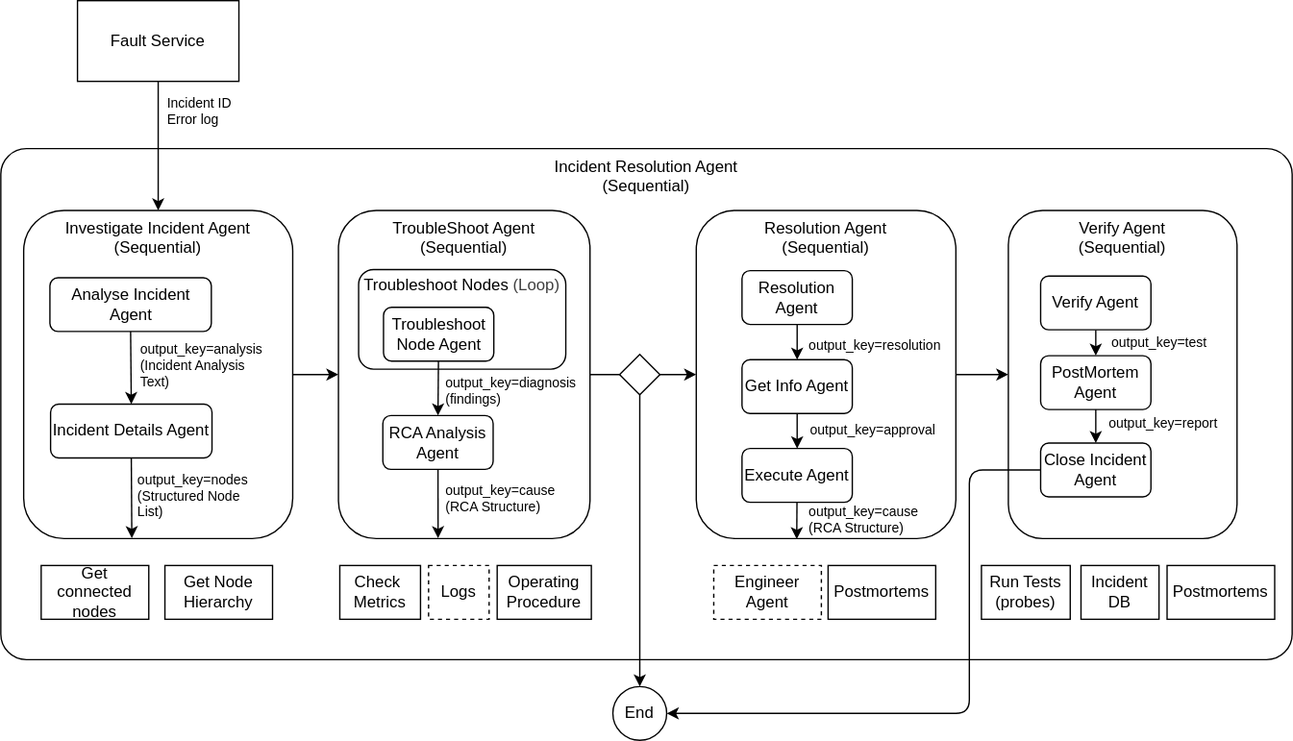
LeegenSteven/NetworkAgent-dev keeps this draw.io diagram as drawings/agent/resolver_agent.drawio.svg. Above is the earlier version. Source tidied: cells renumbered, new cells last; positions are measured from the earlier drawing's top-left corner, leaving out a move shared by most shapes.
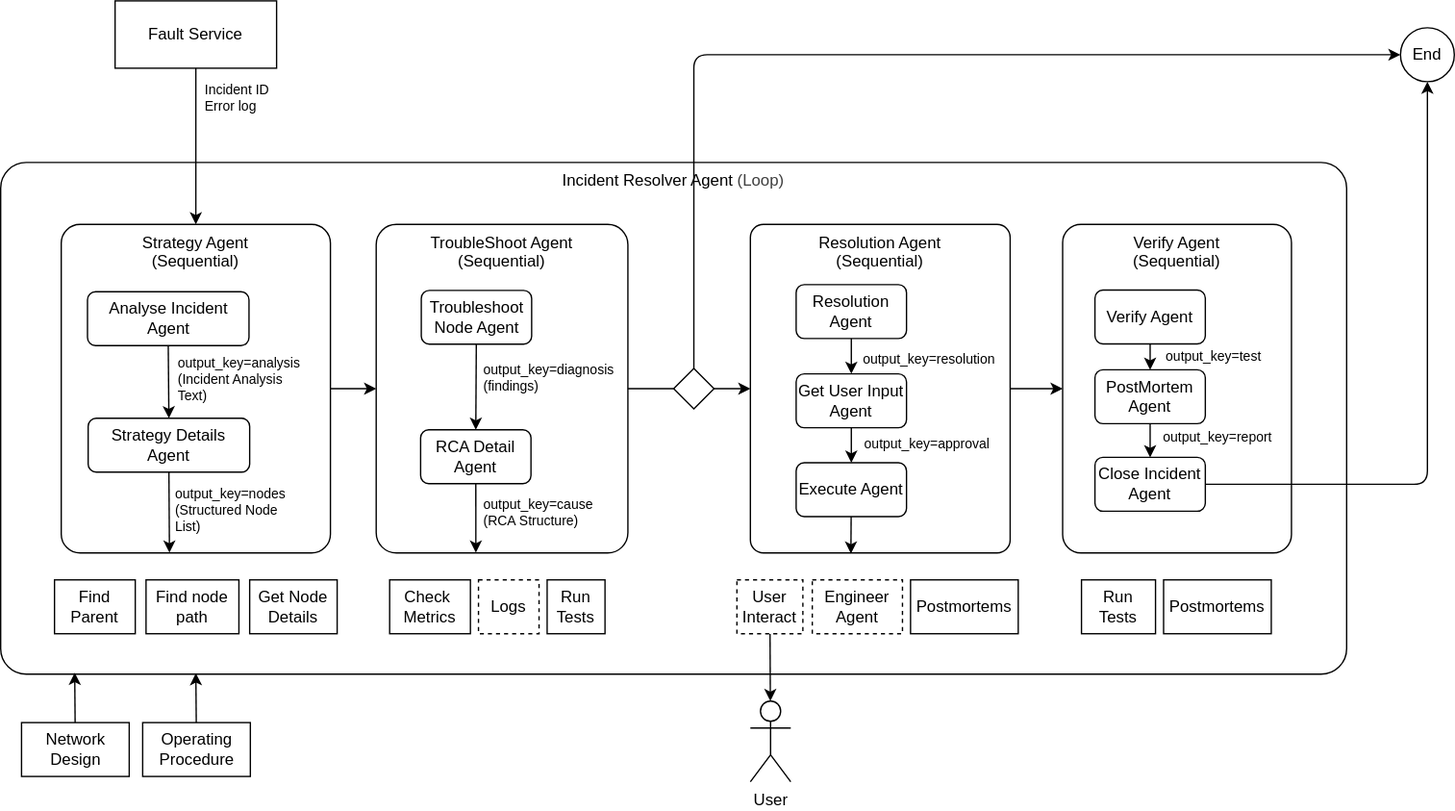
After the change.

The edit, as a diff of the source:
```diff
@@ -2,71 +2,65 @@
   <root>
     <mxCell id="0" />
     <mxCell id="1" parent="0" />
-    <mxCell id="2" value="Incident Resolution Agent&lt;div&gt;(Sequential)&lt;/div&gt;" style="rounded=1;whiteSpace=wrap;html=1;verticalAlign=top;fillColor=none;arcSize=5;" parent="1" vertex="1">
-      <mxGeometry y="110" width="960" height="380" as="geometry" />
+    <mxCell id="2" value="Incident Resolver Agent&amp;nbsp;&lt;span style=&quot;color: rgb(63, 63, 63); background-color: transparent;&quot;&gt;(Loop)&lt;/span&gt;" style="rounded=1;whiteSpace=wrap;html=1;verticalAlign=top;fillColor=none;arcSize=5;" parent="1" vertex="1">
+      <mxGeometry x="-40" y="110" width="1000" height="380" as="geometry" />
     </mxCell>
-    <mxCell id="3" value="TroubleShoot Agent&lt;br&gt;&lt;div&gt;(Sequential)&lt;/div&gt;" style="rounded=1;whiteSpace=wrap;html=1;verticalAlign=top;fillColor=none;" parent="1" vertex="1">
-      <mxGeometry x="251" y="156" width="187" height="244" as="geometry" />
+    <mxCell id="3" value="TroubleShoot Agent&lt;br&gt;&lt;div&gt;(Sequential)&lt;/div&gt;" style="rounded=1;whiteSpace=wrap;html=1;verticalAlign=top;fillColor=none;arcSize=8;" parent="1" vertex="1">
+      <mxGeometry x="239" y="156" width="187" height="244" as="geometry" />
     </mxCell>
-    <mxCell id="4" value="Troubleshoot Nodes&amp;nbsp;&lt;span style=&quot;color: rgb(63, 63, 63); background-color: transparent;&quot;&gt;(Loop)&lt;/span&gt;" style="rounded=1;whiteSpace=wrap;html=1;spacing=0;verticalAlign=top;" parent="1" vertex="1">
-      <mxGeometry x="266" y="200" width="154" height="74" as="geometry" />
-    </mxCell>
     <mxCell id="5" style="edgeStyle=none;html=1;entryX=0;entryY=0.5;entryDx=0;entryDy=0;" parent="1" edge="1" source="3" target="26">
       <mxGeometry relative="1" as="geometry" />
     </mxCell>
     <mxCell id="6" style="edgeStyle=none;html=1;entryX=0;entryY=0.5;entryDx=0;entryDy=0;" parent="1" edge="1" source="7" target="3">
       <mxGeometry relative="1" as="geometry" />
     </mxCell>
-    <mxCell id="7" value="Investigate Incident Agent&lt;div&gt;(Sequential)&lt;/div&gt;" style="rounded=1;whiteSpace=wrap;html=1;verticalAlign=top;fillColor=none;" parent="1" vertex="1">
-      <mxGeometry x="17" y="156" width="200" height="244" as="geometry" />
+    <mxCell id="7" value="Strategy Agent&lt;div&gt;(Sequential)&lt;/div&gt;" style="rounded=1;whiteSpace=wrap;html=1;verticalAlign=top;fillColor=none;arcSize=7;" parent="1" vertex="1">
+      <mxGeometry x="5" y="156" width="200" height="244" as="geometry" />
     </mxCell>
     <mxCell id="8" style="edgeStyle=none;html=1;exitX=0.5;exitY=1;exitDx=0;exitDy=0;entryX=0.5;entryY=0;entryDx=0;entryDy=0;" parent="1" edge="1" source="16" target="21">
       <mxGeometry relative="1" as="geometry" />
     </mxCell>
     <mxCell id="9" value="Postmortems" style="rounded=0;whiteSpace=wrap;html=1;" parent="1" vertex="1">
-      <mxGeometry x="615" y="420" width="80" height="40" as="geometry" />
+      <mxGeometry x="636" y="420" width="80" height="40" as="geometry" />
     </mxCell>
     <mxCell id="10" value="Engineer Agent" style="rounded=0;whiteSpace=wrap;html=1;dashed=1;" parent="1" vertex="1">
-      <mxGeometry x="530" y="420" width="80" height="40" as="geometry" />
+      <mxGeometry x="563" y="420" width="67" height="40" as="geometry" />
     </mxCell>
-    <mxCell id="11" value="Incident DB" style="rounded=0;whiteSpace=wrap;html=1;" parent="1" vertex="1">
-      <mxGeometry x="803" y="420" width="58" height="40" as="geometry" />
-    </mxCell>
-    <mxCell id="12" value="Operating Procedure" style="rounded=0;whiteSpace=wrap;html=1;" parent="1" vertex="1">
-      <mxGeometry x="369" y="420" width="70" height="40" as="geometry" />
+    <mxCell id="12" value="Run Tests" style="rounded=0;whiteSpace=wrap;html=1;" parent="1" vertex="1">
+      <mxGeometry x="366" y="420" width="43" height="40" as="geometry" />
     </mxCell>
     <mxCell id="13" value="Check&amp;nbsp; Metrics" style="rounded=0;whiteSpace=wrap;html=1;" parent="1" vertex="1">
-      <mxGeometry x="252" y="420" width="60" height="40" as="geometry" />
+      <mxGeometry x="249" y="420" width="60" height="40" as="geometry" />
     </mxCell>
-    <mxCell id="14" value="Get connected nodes" style="rounded=0;whiteSpace=wrap;html=1;" parent="1" vertex="1">
-      <mxGeometry x="30" y="420" width="80" height="40" as="geometry" />
+    <mxCell id="14" value="Find node path" style="rounded=0;whiteSpace=wrap;html=1;" parent="1" vertex="1">
+      <mxGeometry x="68" y="420" width="69" height="40" as="geometry" />
     </mxCell>
-    <mxCell id="15" value="Run Tests (probes)" style="rounded=0;whiteSpace=wrap;html=1;" parent="1" vertex="1">
-      <mxGeometry x="729" y="420" width="66" height="40" as="geometry" />
+    <mxCell id="15" value="Run Tests" style="rounded=0;whiteSpace=wrap;html=1;" parent="1" vertex="1">
+      <mxGeometry x="763" y="420" width="55" height="40" as="geometry" />
     </mxCell>
     <mxCell id="16" value="Analyse Incident Agent" style="rounded=1;whiteSpace=wrap;html=1;" parent="1" vertex="1">
-      <mxGeometry x="36.5" y="206" width="120" height="40" as="geometry" />
+      <mxGeometry x="24.5" y="206" width="120" height="40" as="geometry" />
     </mxCell>
     <mxCell id="17" style="edgeStyle=none;html=1;exitX=0.5;exitY=1;exitDx=0;exitDy=0;entryX=0.5;entryY=0;entryDx=0;entryDy=0;" parent="1" edge="1" source="43" target="7">
       <mxGeometry relative="1" as="geometry" />
     </mxCell>
     <mxCell id="18" value="Incident ID&lt;div&gt;Error log&lt;/div&gt;" style="text;html=1;align=left;verticalAlign=middle;whiteSpace=wrap;rounded=0;fontSize=10;" parent="1" vertex="1">
-      <mxGeometry x="122" y="70" width="64" height="23" as="geometry" />
+      <mxGeometry x="110" y="50" width="64" height="23" as="geometry" />
     </mxCell>
     <mxCell id="19" style="edgeStyle=none;html=1;entryX=0.5;entryY=0;entryDx=0;entryDy=0;" parent="1" edge="1" source="20" target="27">
       <mxGeometry relative="1" as="geometry" />
     </mxCell>
     <mxCell id="20" value="Troubleshoot Node Agent" style="rounded=1;whiteSpace=wrap;html=1;" parent="1" vertex="1">
-      <mxGeometry x="284.5" y="228" width="82" height="40" as="geometry" />
+      <mxGeometry x="272.5" y="205" width="82" height="40" as="geometry" />
     </mxCell>
-    <mxCell id="21" value="Incident Details Agent" style="rounded=1;whiteSpace=wrap;html=1;" parent="1" vertex="1">
-      <mxGeometry x="37" y="300" width="120" height="40" as="geometry" />
+    <mxCell id="21" value="Strategy Details Agent" style="rounded=1;whiteSpace=wrap;html=1;" parent="1" vertex="1">
+      <mxGeometry x="25" y="300" width="120" height="40" as="geometry" />
     </mxCell>
     <mxCell id="22" value="output_key=analysis&lt;div&gt;(Incident Analysis Text)&lt;/div&gt;" style="text;html=1;align=left;verticalAlign=middle;whiteSpace=wrap;rounded=0;fontSize=10;" parent="1" vertex="1">
-      <mxGeometry x="102" y="259.5" width="80" height="23" as="geometry" />
+      <mxGeometry x="90" y="259.5" width="80" height="23" as="geometry" />
     </mxCell>
     <mxCell id="23" value="output_key=nodes (Structured Node List)" style="text;html=1;align=left;verticalAlign=middle;whiteSpace=wrap;rounded=0;fontSize=10;" parent="1" vertex="1">
-      <mxGeometry x="100" y="356" width="96" height="23" as="geometry" />
+      <mxGeometry x="88" y="356" width="96" height="23" as="geometry" />
     </mxCell>
     <mxCell id="24" style="edgeStyle=none;html=1;entryX=0.402;entryY=0.999;entryDx=0;entryDy=0;exitX=0.5;exitY=1;exitDx=0;exitDy=0;entryPerimeter=0;" parent="1" edge="1" source="21" target="7">
       <mxGeometry relative="1" as="geometry" />
@@ -74,11 +68,11 @@
     <mxCell id="25" style="edgeStyle=none;html=1;entryX=0;entryY=0.5;entryDx=0;entryDy=0;" parent="1" edge="1" source="26" target="34">
       <mxGeometry relative="1" as="geometry" />
     </mxCell>
-    <mxCell id="26" value="Resolution Agent&lt;br&gt;&lt;div&gt;(Sequential)&lt;/div&gt;" style="rounded=1;whiteSpace=wrap;html=1;verticalAlign=top;fillColor=none;" parent="1" vertex="1">
+    <mxCell id="26" value="Resolution Agent&lt;br&gt;&lt;div&gt;(Sequential)&lt;/div&gt;" style="rounded=1;whiteSpace=wrap;html=1;verticalAlign=top;fillColor=none;arcSize=5;" parent="1" vertex="1">
       <mxGeometry x="517" y="156" width="193" height="244" as="geometry" />
     </mxCell>
-    <mxCell id="27" value="RCA Analysis Agent" style="rounded=1;whiteSpace=wrap;html=1;" parent="1" vertex="1">
-      <mxGeometry x="284" y="308.5" width="82" height="40" as="geometry" />
+    <mxCell id="27" value="RCA Detail Agent" style="rounded=1;whiteSpace=wrap;html=1;" parent="1" vertex="1">
+      <mxGeometry x="272" y="308.5" width="82" height="40" as="geometry" />
     </mxCell>
     <mxCell id="28" style="edgeStyle=none;html=1;" parent="1" edge="1" source="29" target="31">
       <mxGeometry relative="1" as="geometry" />
@@ -89,7 +83,7 @@
     <mxCell id="30" style="edgeStyle=none;html=1;" parent="1" edge="1" source="31" target="33">
       <mxGeometry relative="1" as="geometry" />
     </mxCell>
-    <mxCell id="31" value="Get Info Agent" style="rounded=1;whiteSpace=wrap;html=1;" parent="1" vertex="1">
+    <mxCell id="31" value="Get User Input Agent" style="rounded=1;whiteSpace=wrap;html=1;" parent="1" vertex="1">
       <mxGeometry x="551" y="267" width="82" height="40" as="geometry" />
     </mxCell>
     <mxCell id="32" style="edgeStyle=none;html=1;entryX=0.387;entryY=1.002;entryDx=0;entryDy=0;entryPerimeter=0;" parent="1" edge="1" source="33" target="26">
@@ -98,7 +92,7 @@
     <mxCell id="33" value="Execute Agent" style="rounded=1;whiteSpace=wrap;html=1;" parent="1" vertex="1">
       <mxGeometry x="551" y="333" width="82" height="40" as="geometry" />
     </mxCell>
-    <mxCell id="34" value="Verify Agent&lt;br&gt;&lt;div&gt;(Sequential)&lt;/div&gt;" style="rounded=1;whiteSpace=wrap;html=1;verticalAlign=top;fillColor=none;" parent="1" vertex="1">
+    <mxCell id="34" value="Verify Agent&lt;br&gt;&lt;div&gt;(Sequential)&lt;/div&gt;" style="rounded=1;whiteSpace=wrap;html=1;verticalAlign=top;fillColor=none;arcSize=8;" parent="1" vertex="1">
       <mxGeometry x="749" y="156" width="170" height="244" as="geometry" />
     </mxCell>
     <mxCell id="35" style="edgeStyle=none;html=1;entryX=0.5;entryY=0;entryDx=0;entryDy=0;" parent="1" edge="1" source="36" target="38">
@@ -113,13 +107,8 @@
     <mxCell id="38" value="PostMortem Agent" style="rounded=1;whiteSpace=wrap;html=1;" parent="1" vertex="1">
       <mxGeometry x="773" y="264" width="82" height="40" as="geometry" />
     </mxCell>
-    <mxCell id="39" style="edgeStyle=orthogonalEdgeStyle;html=1;entryX=1;entryY=0.5;entryDx=0;entryDy=0;exitX=0;exitY=0.5;exitDx=0;exitDy=0;" parent="1" edge="1" source="40" target="49">
-      <mxGeometry relative="1" as="geometry">
-        <Array as="points">
-          <mxPoint x="720" y="349" />
-          <mxPoint x="720" y="530" />
-        </Array>
-      </mxGeometry>
+    <mxCell id="39" style="edgeStyle=orthogonalEdgeStyle;html=1;exitX=1;exitY=0.5;exitDx=0;exitDy=0;" parent="1" edge="1" source="40" target="49">
+      <mxGeometry relative="1" as="geometry" />
     </mxCell>
     <mxCell id="40" value="Close Incident Agent" style="rounded=1;whiteSpace=wrap;html=1;" parent="1" vertex="1">
       <mxGeometry x="773" y="329" width="82" height="40" as="geometry" />
@@ -128,37 +117,38 @@
       <mxGeometry relative="1" as="geometry" />
     </mxCell>
     <mxCell id="42" value="output_key=cause (RCA Structure)" style="text;html=1;align=left;verticalAlign=middle;whiteSpace=wrap;rounded=0;fontSize=10;" parent="1" vertex="1">
-      <mxGeometry x="329" y="358.5" width="96" height="23" as="geometry" />
+      <mxGeometry x="317" y="358.5" width="96" height="23" as="geometry" />
     </mxCell>
     <mxCell id="43" value="Fault Service" style="rounded=0;whiteSpace=wrap;html=1;" parent="1" vertex="1">
-      <mxGeometry x="57" width="120" height="60" as="geometry" />
+      <mxGeometry x="45" y="-10" width="120" height="50" as="geometry" />
     </mxCell>
-    <mxCell id="44" value="output_key=cause (RCA Structure)" style="text;html=1;align=left;verticalAlign=middle;whiteSpace=wrap;rounded=0;fontSize=10;" parent="1" vertex="1">
-      <mxGeometry x="599" y="374.5" width="96" height="23" as="geometry" />
-    </mxCell>
     <mxCell id="45" value="output_key=report" style="text;html=1;align=left;verticalAlign=middle;whiteSpace=wrap;rounded=0;fontSize=10;" parent="1" vertex="1">
       <mxGeometry x="822" y="302" width="96" height="23" as="geometry" />
     </mxCell>
     <mxCell id="46" value="output_key=diagnosis (findings)" style="text;html=1;align=left;verticalAlign=middle;whiteSpace=wrap;rounded=0;fontSize=10;" parent="1" vertex="1">
-      <mxGeometry x="329" y="278" width="96" height="23" as="geometry" />
+      <mxGeometry x="317" y="258" width="96" height="23" as="geometry" />
     </mxCell>
-    <mxCell id="47" style="edgeStyle=none;html=1;entryX=0.5;entryY=0;entryDx=0;entryDy=0;" parent="1" edge="1" source="48" target="49">
-      <mxGeometry relative="1" as="geometry" />
+    <mxCell id="47" style="edgeStyle=orthogonalEdgeStyle;html=1;entryX=0;entryY=0.5;entryDx=0;entryDy=0;" parent="1" edge="1" source="48" target="49">
+      <mxGeometry relative="1" as="geometry">
+        <Array as="points">
+          <mxPoint x="475" y="30" />
+        </Array>
+      </mxGeometry>
     </mxCell>
     <mxCell id="48" style="rhombus;whiteSpace=wrap;html=1;" parent="1" vertex="1">
       <mxGeometry x="460" y="263" width="30" height="30" as="geometry" />
     </mxCell>
     <mxCell id="49" value="End" style="ellipse;whiteSpace=wrap;html=1;" parent="1" vertex="1">
-      <mxGeometry x="455" y="510" width="40" height="40" as="geometry" />
+      <mxGeometry x="1000" y="10" width="40" height="40" as="geometry" />
     </mxCell>
     <mxCell id="50" value="output_key=test" style="text;html=1;align=left;verticalAlign=middle;whiteSpace=wrap;rounded=0;fontSize=10;" parent="1" vertex="1">
       <mxGeometry x="824" y="242" width="96" height="23" as="geometry" />
     </mxCell>
-    <mxCell id="51" value="Get Node Hierarchy" style="rounded=0;whiteSpace=wrap;html=1;" parent="1" vertex="1">
-      <mxGeometry x="122" y="420" width="80" height="40" as="geometry" />
+    <mxCell id="51" value="Get Node Details" style="rounded=0;whiteSpace=wrap;html=1;" parent="1" vertex="1">
+      <mxGeometry x="145" y="420" width="65" height="40" as="geometry" />
     </mxCell>
     <mxCell id="52" value="Logs" style="rounded=0;whiteSpace=wrap;html=1;dashed=1;" parent="1" vertex="1">
-      <mxGeometry x="318" y="420" width="45" height="40" as="geometry" />
+      <mxGeometry x="315" y="420" width="45" height="40" as="geometry" />
     </mxCell>
     <mxCell id="53" value="output_key=resolution&amp;nbsp;" style="text;html=1;align=left;verticalAlign=middle;whiteSpace=wrap;rounded=0;fontSize=10;" parent="1" vertex="1">
       <mxGeometry x="599" y="244.5" width="96" height="23" as="geometry" />
@@ -167,7 +157,35 @@
       <mxGeometry x="600" y="307.5" width="96" height="23" as="geometry" />
     </mxCell>
     <mxCell id="55" value="Postmortems" style="rounded=0;whiteSpace=wrap;html=1;" parent="1" vertex="1">
-      <mxGeometry x="867" y="420" width="80" height="40" as="geometry" />
+      <mxGeometry x="824" y="420" width="80" height="40" as="geometry" />
     </mxCell>
+    <mxCell id="56" value="User" style="shape=umlActor;verticalLabelPosition=bottom;verticalAlign=top;html=1;outlineConnect=0;" parent="1" vertex="1">
+      <mxGeometry x="517" y="510" width="30" height="60" as="geometry" />
+    </mxCell>
+    <mxCell id="57" style="edgeStyle=none;html=1;" parent="1" edge="1" target="56">
+      <mxGeometry relative="1" as="geometry">
+        <mxPoint x="531.6" y="460" as="sourcePoint" />
+      </mxGeometry>
+    </mxCell>
+    <mxCell id="58" value="User Interact" style="rounded=0;whiteSpace=wrap;html=1;dashed=1;" parent="1" vertex="1">
+      <mxGeometry x="507" y="420" width="49" height="40" as="geometry" />
+    </mxCell>
+    <mxCell id="59" value="Operating Procedure" style="rounded=0;whiteSpace=wrap;html=1;" parent="1" vertex="1">
+      <mxGeometry x="65.5" y="526" width="80" height="40" as="geometry" />
+    </mxCell>
+    <mxCell id="60" style="edgeStyle=none;html=1;entryX=0.145;entryY=0.998;entryDx=0;entryDy=0;entryPerimeter=0;" parent="1" edge="1" source="59" target="2">
+      <mxGeometry relative="1" as="geometry" />
+    </mxCell>
+    <mxCell id="61" value="Find Parent" style="rounded=0;whiteSpace=wrap;html=1;" parent="1" vertex="1">
+      <mxGeometry y="420" width="60" height="40" as="geometry" />
+    </mxCell>
+    <mxCell id="62" value="Network Design" style="rounded=0;whiteSpace=wrap;html=1;" parent="1" vertex="1">
+      <mxGeometry x="-24.5" y="526" width="80" height="40" as="geometry" />
+    </mxCell>
+    <mxCell id="63" style="edgeStyle=none;html=1;entryX=0.145;entryY=0.998;entryDx=0;entryDy=0;entryPerimeter=0;" parent="1" edge="1" source="62">
+      <mxGeometry relative="1" as="geometry">
+        <mxPoint x="15" y="489" as="targetPoint" />
+      </mxGeometry>
+    </mxCell>
   </root>
 </mxGraphModel>
```
